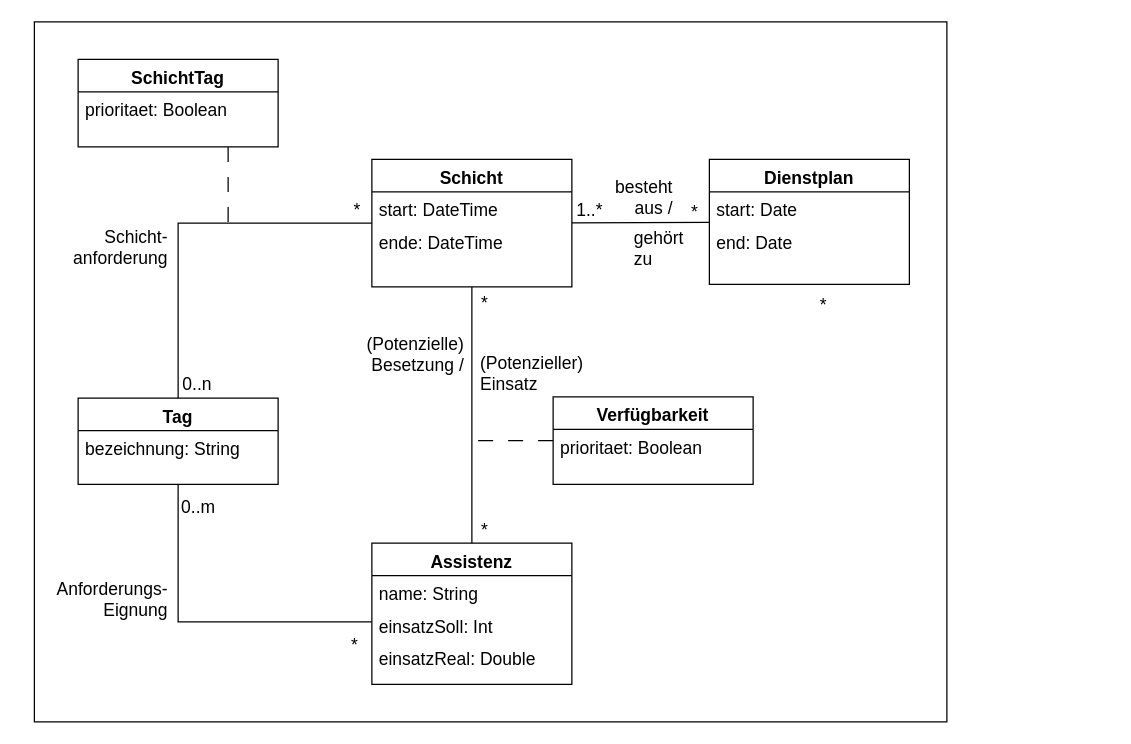
annikalenneper/praxisprojekt_mi_bachelor_SoSe24 keeps this draw.io diagram as page "V-2" (2 of 2) of 4_Entwurf/4_UML/4_UML_Klassendiagramme/Domänenklassendiagramm_Anforderungsspezifikation.drawio. Above is the earlier version. Source tidied: cells renumbered, new cells numbered last; positions are measured from the earlier drawing's top-left corner, leaving out a move shared by most shapes. Both pictures are drawn from the tidied source at 125%, with x=0, y=0 at pixel (31, 21).
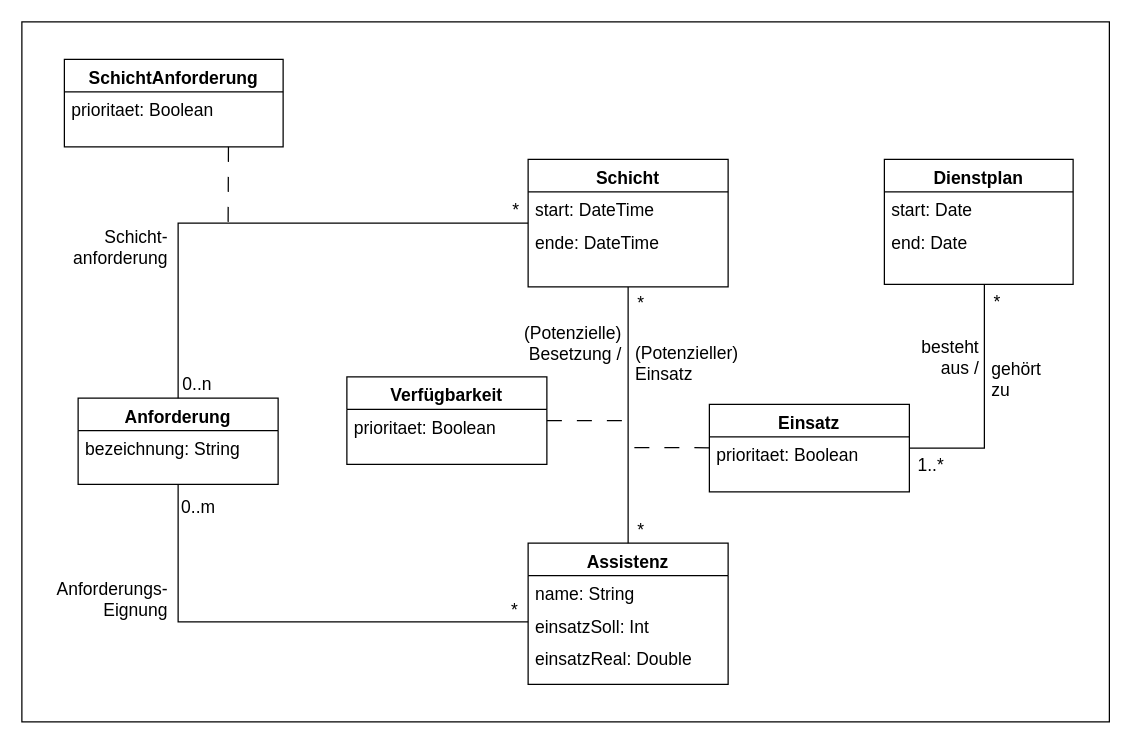
The same page after the edit.

Diff of the diagram source:
```diff
@@
     <mxCell id="2" style="rounded=0;whiteSpace=wrap;html=1;" parent="1" vertex="1">
-      <mxGeometry x="2" width="730" height="560" as="geometry" />
+      <mxGeometry x="-8" width="870" height="560" as="geometry" />
     </mxCell>
     <mxCell id="3" value="Schicht" style="swimlane;fontStyle=1;align=center;verticalAlign=top;horizontal=1;startSize=26;rounded=0;shadow=0;strokeWidth=1;fontSize=14;" parent="1" vertex="1">
-      <mxGeometry x="272" y="110" width="160" height="102" as="geometry" />
+      <mxGeometry x="397" y="110" width="160" height="102" as="geometry" />
     </mxCell>
@@
     <mxCell id="6" value="Verfügbarkeit" style="swimlane;fontStyle=1;align=center;verticalAlign=top;horizontal=1;startSize=26;rounded=0;shadow=0;strokeWidth=1;fontSize=14;" parent="1" vertex="1">
-      <mxGeometry x="417" y="300" width="160" height="70" as="geometry" />
+      <mxGeometry x="252" y="284" width="160" height="70" as="geometry" />
     </mxCell>
@@
-    <mxCell id="8" value="Tag" style="swimlane;fontStyle=1;align=center;verticalAlign=top;horizontal=1;startSize=26;rounded=0;shadow=0;strokeWidth=1;fontSize=14;" parent="1" vertex="1">
+    <mxCell id="8" value="Anforderung" style="swimlane;fontStyle=1;align=center;verticalAlign=top;horizontal=1;startSize=26;rounded=0;shadow=0;strokeWidth=1;fontSize=14;" parent="1" vertex="1">
       <mxGeometry x="37" y="301" width="160" height="69" as="geometry" />
     </mxCell>
@@
     <mxCell id="10" value="Assistenz" style="swimlane;fontStyle=1;align=center;verticalAlign=top;horizontal=1;startSize=26;rounded=0;shadow=0;strokeWidth=1;fontSize=14;" parent="1" vertex="1">
-      <mxGeometry x="272" y="417" width="160" height="113" as="geometry" />
+      <mxGeometry x="397" y="417" width="160" height="113" as="geometry" />
     </mxCell>
@@
-    <mxCell id="14" style="endArrow=none;endSize=10;endFill=0;shadow=0;strokeWidth=1;rounded=0;elbow=vertical;fontSize=14;" parent="1" edge="1" source="33" target="3">
-      <mxGeometry relative="1" as="geometry" />
+    <mxCell id="14" style="endArrow=none;endSize=10;endFill=0;shadow=0;strokeWidth=1;rounded=0;elbow=vertical;fontSize=14;edgeStyle=orthogonalEdgeStyle;" parent="1" edge="1" target="40">
+      <mxGeometry relative="1" as="geometry">
+        <mxPoint x="762" y="210" as="sourcePoint" />
+        <Array as="points">
+          <mxPoint x="762" y="341" />
+        </Array>
+      </mxGeometry>
     </mxCell>
@@
-    <mxCell id="18" value="SchichtTag" style="swimlane;fontStyle=1;align=center;verticalAlign=top;horizontal=1;startSize=26;rounded=0;shadow=0;strokeWidth=1;fontSize=14;" parent="1" vertex="1">
-      <mxGeometry x="37" y="30" width="160" height="70" as="geometry" />
+    <mxCell id="18" value="SchichtAnforderung" style="swimlane;fontStyle=1;align=center;verticalAlign=top;horizontal=1;startSize=26;rounded=0;shadow=0;strokeWidth=1;fontSize=14;" parent="1" vertex="1">
+      <mxGeometry x="26" y="30" width="175" height="70" as="geometry" />
     </mxCell>
     <mxCell id="19" value="prioritaet: Boolean" style="text;align=left;verticalAlign=top;spacingLeft=4;spacingRight=4;overflow=hidden;fontSize=14;" parent="18" vertex="1">
-      <mxGeometry y="26" width="160" height="24" as="geometry" />
+      <mxGeometry y="26" width="175" height="24" as="geometry" />
     </mxCell>
     <mxCell id="20" style="endArrow=none;startArrow=none;endFill=0;startFill=0;html=1;rounded=0;dashed=1;dashPattern=12 12;fontSize=14;" parent="1" edge="1" target="6">
       <mxGeometry relative="1" as="geometry">
-        <mxPoint x="357" y="335" as="sourcePoint" />
+        <mxPoint x="472" y="319" as="sourcePoint" />
       </mxGeometry>
     </mxCell>
@@
     <mxCell id="22" value="*" style="text;html=1;align=center;verticalAlign=middle;strokeColor=none;fillColor=none;fontSize=14;" parent="1" vertex="1">
-      <mxGeometry x="245" y="136" width="30" height="30" as="geometry" />
+      <mxGeometry x="372" y="136" width="30" height="30" as="geometry" />
     </mxCell>
@@
     <mxCell id="25" value="*" style="text;html=1;align=center;verticalAlign=middle;strokeColor=none;fillColor=none;fontSize=14;" parent="1" vertex="1">
-      <mxGeometry x="618" y="212" width="30" height="30" as="geometry" />
+      <mxGeometry x="757" y="209" width="30" height="30" as="geometry" />
     </mxCell>
     <mxCell id="26" value="*" style="text;html=1;align=center;verticalAlign=middle;strokeColor=none;fillColor=none;fontSize=14;" parent="1" vertex="1">
-      <mxGeometry x="347" y="392" width="30" height="30" as="geometry" />
+      <mxGeometry x="472" y="392" width="30" height="30" as="geometry" />
     </mxCell>
     <mxCell id="27" value="*" style="text;html=1;align=center;verticalAlign=middle;strokeColor=none;fillColor=none;fontSize=14;" parent="1" vertex="1">
-      <mxGeometry x="347" y="210" width="30" height="30" as="geometry" />
+      <mxGeometry x="472" y="210" width="30" height="30" as="geometry" />
     </mxCell>
     <mxCell id="28" value="*" style="text;html=1;align=center;verticalAlign=middle;strokeColor=none;fillColor=none;fontSize=14;" parent="1" vertex="1">
-      <mxGeometry x="243" y="484" width="30" height="30" as="geometry" />
+      <mxGeometry x="371" y="456" width="30" height="30" as="geometry" />
     </mxCell>
@@
     <mxCell id="31" value="(Potenzielle)&lt;br&gt;Besetzung /" style="text;html=1;align=right;verticalAlign=middle;strokeColor=none;fillColor=none;fontSize=14;" parent="1" vertex="1">
-      <mxGeometry x="247" y="241" width="100" height="50" as="geometry" />
+      <mxGeometry x="373" y="232" width="100" height="50" as="geometry" />
     </mxCell>
     <mxCell id="32" value="(Potenzieller)&lt;br&gt;Einsatz" style="text;html=1;align=left;verticalAlign=middle;strokeColor=none;fillColor=none;fontSize=14;" parent="1" vertex="1">
-      <mxGeometry x="357" y="256" width="110" height="50" as="geometry" />
+      <mxGeometry x="481" y="248" width="110" height="50" as="geometry" />
     </mxCell>
     <mxCell id="33" value="Dienstplan" style="swimlane;fontStyle=1;align=center;verticalAlign=top;horizontal=1;startSize=26;rounded=0;shadow=0;strokeWidth=1;fontSize=14;" parent="1" vertex="1">
-      <mxGeometry x="542" y="110" width="160" height="100" as="geometry" />
+      <mxGeometry x="682" y="110" width="151" height="100" as="geometry" />
     </mxCell>
     <mxCell id="34" value="start: Date" style="text;align=left;verticalAlign=top;spacingLeft=4;spacingRight=4;overflow=hidden;rounded=0;shadow=0;html=0;fontSize=14;" parent="33" vertex="1">
-      <mxGeometry y="26" width="160" height="26" as="geometry" />
+      <mxGeometry y="26" width="151" height="26" as="geometry" />
     </mxCell>
     <mxCell id="35" value="end: Date" style="text;align=left;verticalAlign=top;spacingLeft=4;spacingRight=4;overflow=hidden;rounded=0;shadow=0;html=0;fontSize=14;" parent="33" vertex="1">
-      <mxGeometry y="52" width="160" height="26" as="geometry" />
+      <mxGeometry y="52" width="151" height="26" as="geometry" />
     </mxCell>
     <mxCell id="36" value="1..*" style="text;html=1;align=center;verticalAlign=middle;strokeColor=none;fillColor=none;fontSize=14;" parent="1" vertex="1">
-      <mxGeometry x="426" y="136" width="40" height="30" as="geometry" />
+      <mxGeometry x="699" y="340" width="40" height="30" as="geometry" />
     </mxCell>
-    <mxCell id="37" value="*" style="text;html=1;align=center;verticalAlign=middle;strokeColor=none;fillColor=none;fontSize=14;" parent="1" vertex="1">
-      <mxGeometry x="515" y="137" width="30" height="30" as="geometry" />
-    </mxCell>
     <mxCell id="38" value="besteht&lt;div&gt;aus /&lt;/div&gt;" style="text;html=1;align=right;verticalAlign=middle;strokeColor=none;fillColor=none;fontSize=14;" parent="1" vertex="1">
-      <mxGeometry x="444" y="115" width="70" height="50" as="geometry" />
+      <mxGeometry x="689" y="243" width="70" height="50" as="geometry" />
     </mxCell>
     <mxCell id="39" value="gehört&lt;div&gt;zu&lt;/div&gt;" style="text;html=1;align=left;verticalAlign=middle;strokeColor=none;fillColor=none;fontSize=14;" parent="1" vertex="1">
-      <mxGeometry x="480" y="156" width="60" height="50" as="geometry" />
+      <mxGeometry x="766" y="261" width="60" height="50" as="geometry" />
     </mxCell>
+    <mxCell id="40" value="Einsatz" style="swimlane;fontStyle=1;align=center;verticalAlign=top;horizontal=1;startSize=26;rounded=0;shadow=0;strokeWidth=1;fontSize=14;" parent="1" vertex="1">
+      <mxGeometry x="542" y="306" width="160" height="70" as="geometry" />
+    </mxCell>
+    <mxCell id="41" value="prioritaet: Boolean" style="text;align=left;verticalAlign=top;spacingLeft=4;spacingRight=4;overflow=hidden;fontSize=14;" parent="40" vertex="1">
+      <mxGeometry y="26" width="160" height="24" as="geometry" />
+    </mxCell>
+    <mxCell id="42" style="endArrow=none;startArrow=none;endFill=0;startFill=0;html=1;rounded=0;dashed=1;dashPattern=12 12;fontSize=14;" parent="1" edge="1" source="40">
+      <mxGeometry relative="1" as="geometry">
+        <mxPoint x="482" y="340.5" as="targetPoint" />
+      </mxGeometry>
+    </mxCell>
```
